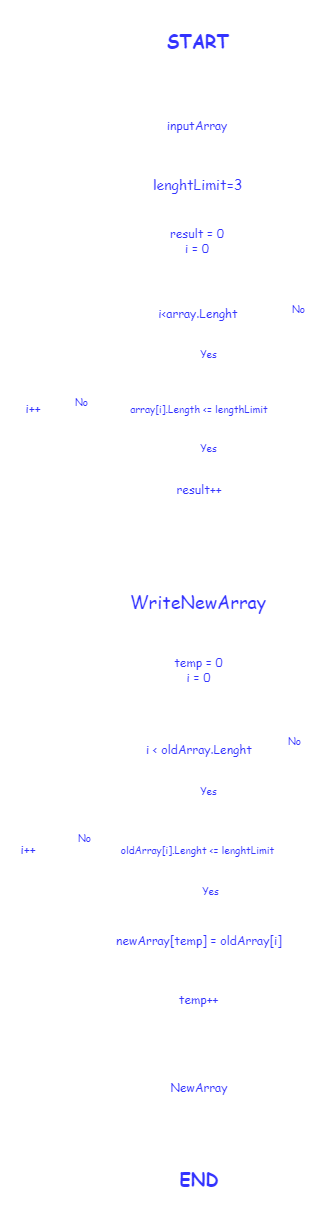
Before: FinalWork.drawio.png, a diagram exported from draw.io (nondusty1/FinalWork). Source tidied: cells renumbered, new cells last; positions are measured from the earlier drawing's top-left corner, leaving out a move shared by most shapes.
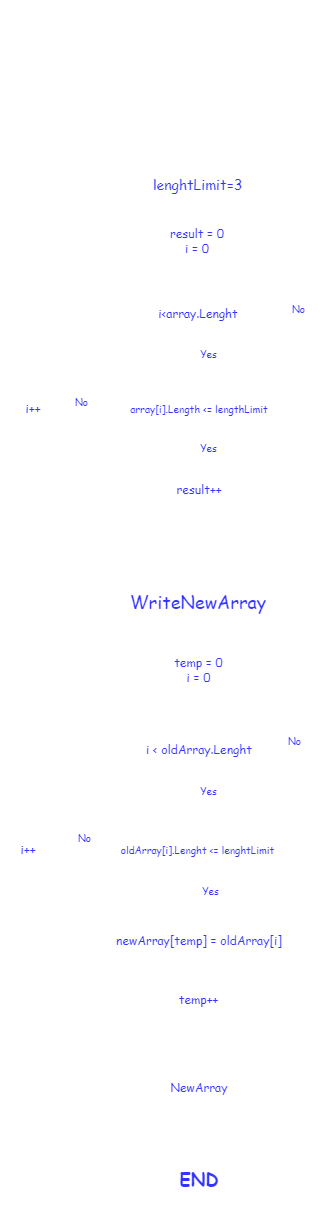
After the commit.

What changed in the source:
```diff
@@ -5,7 +5,7 @@
     <mxCell id="2" style="edgeStyle=none;html=1;exitX=0.5;exitY=1;exitDx=0;exitDy=0;entryX=0.5;entryY=0;entryDx=0;entryDy=0;fontSize=18;fontColor=#3333FF;strokeColor=#FFFFFF;fontFamily=Comic Sans MS;labelBackgroundColor=none;" parent="1" edge="1" source="3" target="40">
       <mxGeometry relative="1" as="geometry" />
     </mxCell>
-    <mxCell id="3" value="inputArray" style="rounded=0;whiteSpace=wrap;html=1;strokeColor=#FFFFFF;fontFamily=Comic Sans MS;fontColor=#3333FF;labelBackgroundColor=none;" parent="1" vertex="1">
+    <mxCell id="3" value="&lt;font color=&quot;#ffffff&quot;&gt;inputArray&lt;/font&gt;" style="rounded=0;whiteSpace=wrap;html=1;strokeColor=#FFFFFF;fontFamily=Comic Sans MS;fontColor=#3333FF;labelBackgroundColor=none;fillColor=none;" parent="1" vertex="1">
       <mxGeometry x="137" y="105" width="120" height="40" as="geometry" />
     </mxCell>
     <mxCell id="4" style="edgeStyle=none;html=1;entryX=0.5;entryY=0;entryDx=0;entryDy=0;strokeColor=#FFFFFF;fontFamily=Comic Sans MS;fontColor=#3333FF;labelBackgroundColor=none;" parent="1" edge="1" source="5" target="7">
@@ -164,7 +164,7 @@
     <mxCell id="41" style="edgeStyle=none;html=1;exitX=0.5;exitY=1;exitDx=0;exitDy=0;entryX=0.5;entryY=0;entryDx=0;entryDy=0;fontSize=18;fontColor=#3333FF;strokeColor=#FFFFFF;fontFamily=Comic Sans MS;labelBackgroundColor=none;" parent="1" edge="1" source="42" target="3">
       <mxGeometry relative="1" as="geometry" />
     </mxCell>
-    <mxCell id="42" value="&lt;b&gt;START&lt;/b&gt;" style="ellipse;whiteSpace=wrap;html=1;labelBackgroundColor=none;fontSize=18;fontColor=#3333FF;strokeColor=#FFFFFF;fontFamily=Comic Sans MS;" parent="1" vertex="1">
+    <mxCell id="42" value="&lt;b&gt;&lt;font color=&quot;#ffffff&quot;&gt;START&lt;/font&gt;&lt;/b&gt;" style="ellipse;whiteSpace=wrap;html=1;labelBackgroundColor=none;fontSize=18;fontColor=#3333FF;strokeColor=#FFFFFF;fontFamily=Comic Sans MS;fillColor=none;" parent="1" vertex="1">
       <mxGeometry x="138" width="120" height="80" as="geometry" />
     </mxCell>
     <mxCell id="43" value="&lt;font&gt;Yes&lt;/font&gt;" style="edgeLabel;html=1;align=center;verticalAlign=middle;fontSize=10;fontColor=#3333FF;fontFamily=Comic Sans MS;labelBackgroundColor=none;" parent="1" vertex="1">
```
